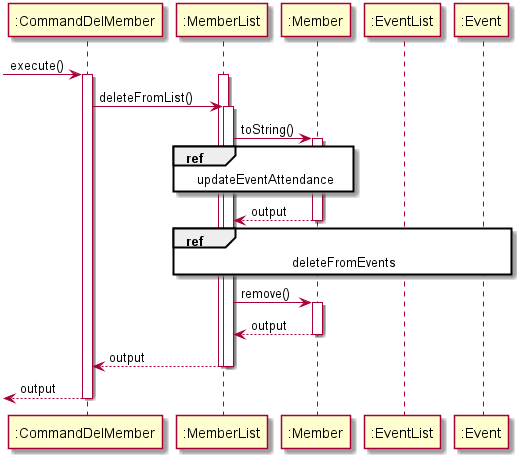
Before: docs/hrDiagramPic/CommandDelMember.png, a diagram exported from PlantUML (nus-cs2113-AY2021S1/tp).
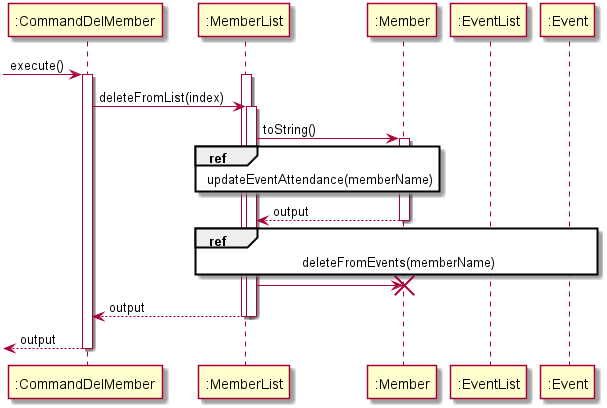
Above is the later version.

Diff of the diagram source:
```diff
@@ -3,22 +3,20 @@
  -> ":CommandDelMember": execute()
 activate ":CommandDelMember"
 activate ":MemberList"
-":CommandDelMember" -> ":MemberList" : deleteFromList()
+":CommandDelMember" -> ":MemberList" : deleteFromList(index)
 activate ":MemberList"
 ":MemberList" -> ":Member" : toString()
 activate ":Member"
 ref over ":Member", ":MemberList"
-    updateEventAttendance
+    updateEventAttendance(memberName)
 end ref
 return output
 
+
 ref over ":MemberList", ":Member", ":EventList", ":Event"
-    deleteFromEvents
+    deleteFromEvents(memberName)
 end ref
-
-":MemberList" -> ":Member": remove()
-activate ":Member"
-return output
+":MemberList" -> ":Member" !!
 return output
 deactivate ":MemberList"
 <-- ":CommandDelMember" : output
```
